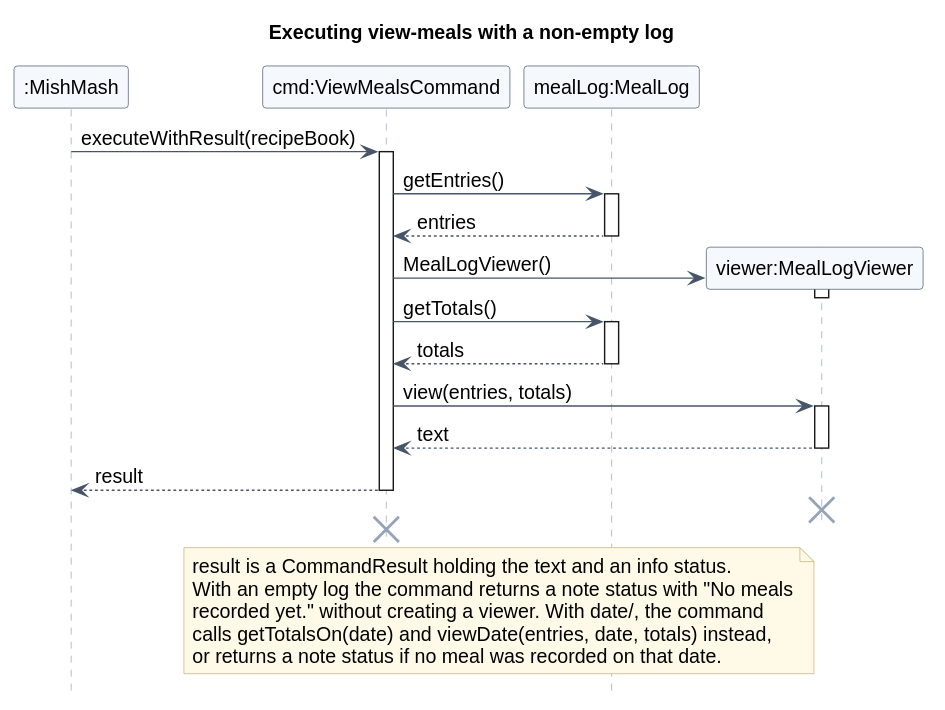
Above: docs/images/record-meal/view-meals.svg in Rixte/tp (PlantUML), before the change.
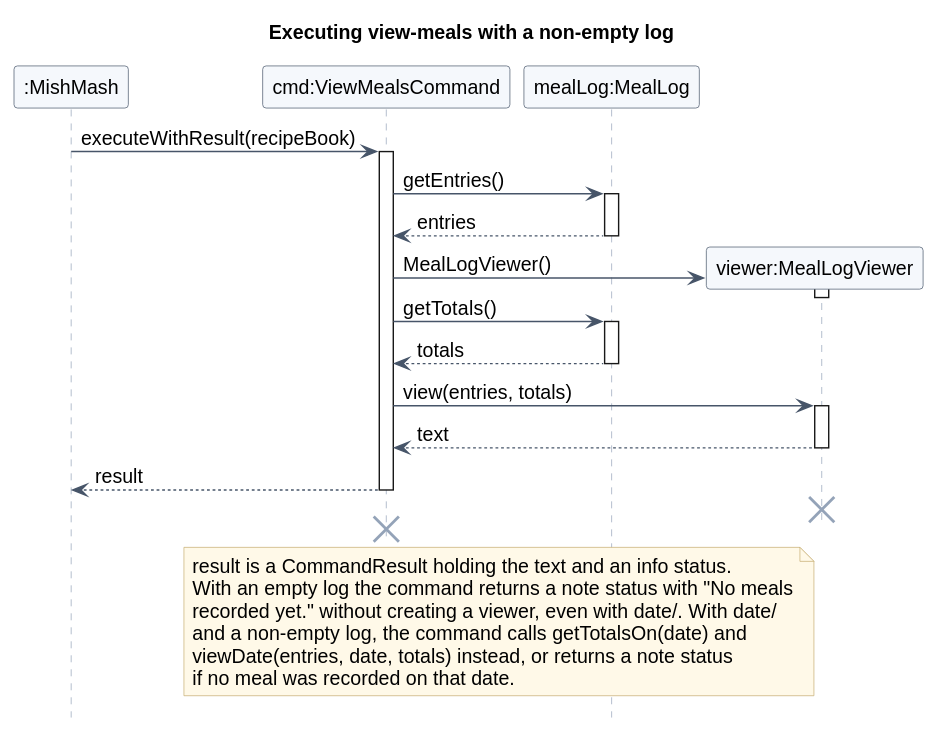
After the change.

Commit message:
docs: clarify view-meals results for empty logs and unmatched dates

Change to the diagram source:
```diff
@@ -35,8 +35,9 @@
 note over Command, Log
   result is a CommandResult holding the text and an info status.
   With an empty log the command returns a note status with "No meals
-  recorded yet." without creating a viewer. With date/, the command
-  calls getTotalsOn(date) and viewDate(entries, date, totals) instead,
-  or returns a note status if no meal was recorded on that date.
+  recorded yet." without creating a viewer, even with date/. With date/
+  and a non-empty log, the command calls getTotalsOn(date) and
+  viewDate(entries, date, totals) instead, or returns a note status
+  if no meal was recorded on that date.
 end note
 @enduml
```
